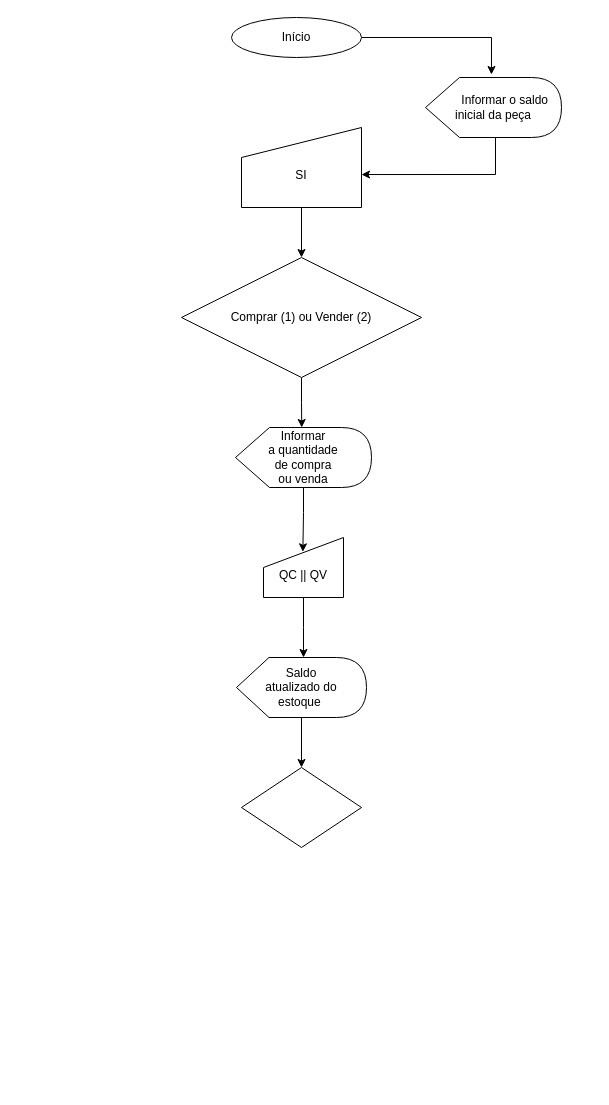
This is 06 - Lógica de programação/04a - Atividade 1 - Desenvolvimento de algoritmo para um sistema de controle de estoque de peças/Fluxograma  para um sistema de controle de estoque de peças.drawio from renato-wessmer/SENAI-Front-End, a draw.io file, before an edit. Source tidied: cells renumbered, new cells numbered last; positions are measured from the earlier drawing's top-left corner, leaving out a move shared by most shapes. Both pictures are drawn from the tidied source at 100%, with x=0, y=0 at pixel (181, 17).
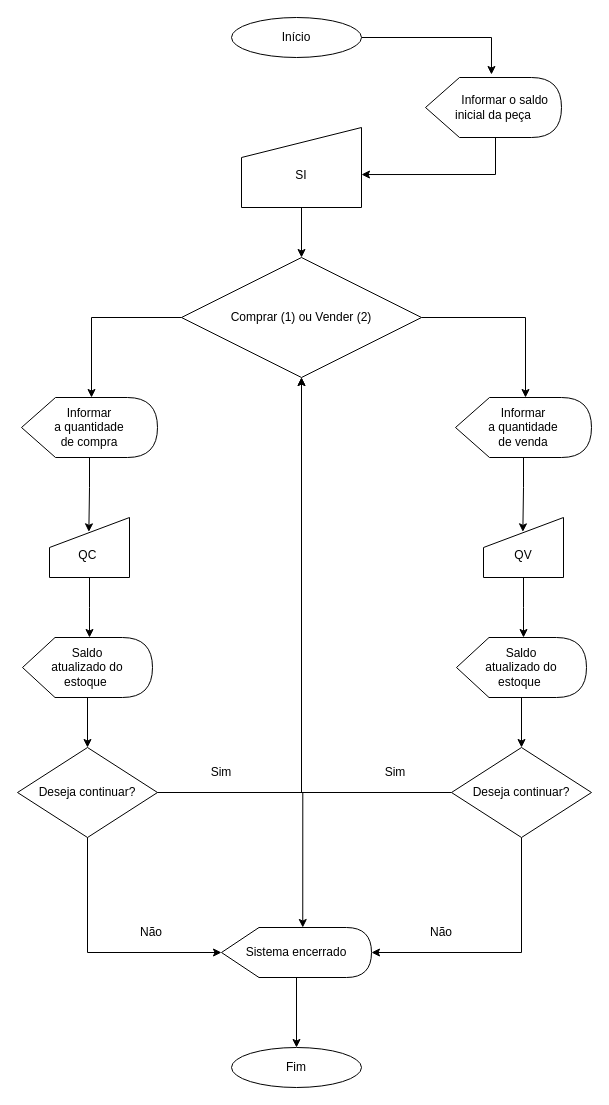
The same page after the edit.

Unchanged cells that the change refers to:
```xml
<mxCell id="9" value="Comprar (1) ou Vender (2)" style="rhombus;whiteSpace=wrap;html=1;" parent="1" vertex="1">
  <mxGeometry y="240" width="240" height="120" as="geometry" />
</mxCell>
```

Diff of the diagram source:
```diff
@@
+    <mxCell id="17" style="edgeStyle=orthogonalEdgeStyle;rounded=0;jettySize=auto;html=1;entryX=0;entryY=0;entryDx=70;entryDy=0;entryPerimeter=0;" parent="1" edge="1" source="9" target="23">
+      <mxGeometry relative="1" as="geometry" />
+    </mxCell>
-    <mxCell id="8" style="edgeStyle=orthogonalEdgeStyle;rounded=0;jettySize=auto;html=1;entryX=0;entryY=0;entryDx=66.25;entryDy=0;entryPerimeter=0;" parent="1" edge="1" source="9" target="13">
+    <mxCell id="8" style="edgeStyle=orthogonalEdgeStyle;rounded=0;jettySize=auto;html=1;entryX=0;entryY=0;entryDx=70;entryDy=0;entryPerimeter=0;" parent="1" edge="1" source="9" target="13">
       <mxGeometry relative="1" as="geometry" />
     </mxCell>
@@
     <mxCell id="11" value="Saldo&lt;br&gt;atualizado do &lt;br&gt;estoque&amp;nbsp;" style="shape=display;whiteSpace=wrap;html=1;" parent="1" vertex="1">
-      <mxGeometry x="55" y="640" width="130" height="60" as="geometry" />
+      <mxGeometry x="-159" y="620" width="130" height="60" as="geometry" />
     </mxCell>
@@
-    <mxCell id="13" value="Informar&lt;br&gt;a quantidade&lt;br&gt;de compra&lt;br&gt;ou venda" style="shape=display;whiteSpace=wrap;html=1;" parent="1" vertex="1">
-      <mxGeometry x="54" y="410" width="136" height="60" as="geometry" />
+    <mxCell id="13" value="Informar&lt;br&gt;a quantidade&lt;br&gt;de compra" style="shape=display;whiteSpace=wrap;html=1;" parent="1" vertex="1">
+      <mxGeometry x="-160" y="380" width="136" height="60" as="geometry" />
     </mxCell>
     <mxCell id="14" style="edgeStyle=orthogonalEdgeStyle;rounded=0;jettySize=auto;html=1;entryX=0.5;entryY=0;entryDx=0;entryDy=0;" parent="1" edge="1" source="15">
       <mxGeometry relative="1" as="geometry">
-        <mxPoint x="122" y="640" as="targetPoint" />
+        <mxPoint x="-92" y="620" as="targetPoint" />
       </mxGeometry>
     </mxCell>
-    <mxCell id="15" value="&lt;br&gt;QC || QV" style="shape=manualInput;whiteSpace=wrap;html=1;" parent="1" vertex="1">
-      <mxGeometry x="82" y="520" width="80" height="60" as="geometry" />
+    <mxCell id="15" value="&lt;br&gt;QC&amp;nbsp;" style="shape=manualInput;whiteSpace=wrap;html=1;" parent="1" vertex="1">
+      <mxGeometry x="-132" y="500" width="80" height="60" as="geometry" />
     </mxCell>
+    <mxCell id="18" style="edgeStyle=orthogonalEdgeStyle;rounded=0;jettySize=auto;html=1;entryX=0.5;entryY=1;entryDx=0;entryDy=0;" parent="1" edge="1" source="16" target="9">
+      <mxGeometry relative="1" as="geometry" />
+    </mxCell>
+    <mxCell id="19" style="edgeStyle=orthogonalEdgeStyle;rounded=0;jettySize=auto;html=1;entryX=0;entryY=0;entryDx=81.25;entryDy=0;entryPerimeter=0;" parent="1" edge="1" source="16" target="33">
+      <mxGeometry relative="1" as="geometry" />
+    </mxCell>
-    <mxCell id="16" style="rhombus;whiteSpace=wrap;html=1;" parent="1" vertex="1">
-      <mxGeometry x="60" y="750" width="120" height="80" as="geometry" />
+    <mxCell id="16" value="Deseja continuar?" style="rhombus;whiteSpace=wrap;html=1;" parent="1" vertex="1">
+      <mxGeometry x="-164" y="730" width="140" height="90" as="geometry" />
     </mxCell>
+    <mxCell id="20" style="edgeStyle=orthogonalEdgeStyle;rounded=0;jettySize=auto;html=1;entryX=0.5;entryY=0;entryDx=0;entryDy=0;" parent="1" edge="1" source="21" target="29">
+      <mxGeometry relative="1" as="geometry" />
+    </mxCell>
+    <mxCell id="21" value="Saldo&lt;br&gt;atualizado do &lt;br&gt;estoque&amp;nbsp;" style="shape=display;whiteSpace=wrap;html=1;" parent="1" vertex="1">
+      <mxGeometry x="275" y="620" width="130" height="60" as="geometry" />
+    </mxCell>
+    <mxCell id="22" style="edgeStyle=orthogonalEdgeStyle;rounded=0;jettySize=auto;html=1;entryX=0.492;entryY=0.239;entryDx=0;entryDy=0;entryPerimeter=0;" parent="1" edge="1" source="23" target="25">
+      <mxGeometry relative="1" as="geometry" />
+    </mxCell>
+    <mxCell id="23" value="Informar&lt;br&gt;a quantidade &lt;br&gt;de&amp;nbsp;venda" style="shape=display;whiteSpace=wrap;html=1;" parent="1" vertex="1">
+      <mxGeometry x="274" y="380" width="136" height="60" as="geometry" />
+    </mxCell>
+    <mxCell id="24" style="edgeStyle=orthogonalEdgeStyle;rounded=0;jettySize=auto;html=1;entryX=0.5;entryY=0;entryDx=0;entryDy=0;" parent="1" edge="1" source="25">
+      <mxGeometry relative="1" as="geometry">
+        <mxPoint x="342" y="620" as="targetPoint" />
+      </mxGeometry>
+    </mxCell>
+    <mxCell id="25" value="&lt;br&gt;QV" style="shape=manualInput;whiteSpace=wrap;html=1;" parent="1" vertex="1">
+      <mxGeometry x="302" y="500" width="80" height="60" as="geometry" />
+    </mxCell>
+    <mxCell id="26" style="edgeStyle=orthogonalEdgeStyle;rounded=0;jettySize=auto;html=1;entryX=0.5;entryY=1;entryDx=0;entryDy=0;" parent="1" edge="1" source="29" target="9">
+      <mxGeometry relative="1" as="geometry" />
+    </mxCell>
+    <mxCell id="27" style="edgeStyle=orthogonalEdgeStyle;rounded=0;jettySize=auto;html=1;entryX=0;entryY=0.5;entryDx=0;entryDy=0;entryPerimeter=0;exitX=0.5;exitY=1;exitDx=0;exitDy=0;" parent="1" edge="1" source="16" target="33">
+      <mxGeometry relative="1" as="geometry">
+        <Array as="points">
+          <mxPoint x="-94" y="935" />
+        </Array>
+      </mxGeometry>
+    </mxCell>
+    <mxCell id="28" style="edgeStyle=orthogonalEdgeStyle;rounded=0;jettySize=auto;html=1;entryX=1;entryY=0.5;entryDx=0;entryDy=0;entryPerimeter=0;exitX=0.5;exitY=1;exitDx=0;exitDy=0;" parent="1" edge="1" source="29" target="33">
+      <mxGeometry relative="1" as="geometry">
+        <Array as="points">
+          <mxPoint x="340" y="935" />
+        </Array>
+      </mxGeometry>
+    </mxCell>
+    <mxCell id="29" value="Deseja continuar?" style="rhombus;whiteSpace=wrap;html=1;" parent="1" vertex="1">
+      <mxGeometry x="270" y="730" width="140" height="90" as="geometry" />
+    </mxCell>
+    <mxCell id="30" value="Sim" style="text;strokeColor=none;align=center;fillColor=none;html=1;verticalAlign=middle;whiteSpace=wrap;rounded=0;" parent="1" vertex="1">
+      <mxGeometry x="10" y="740" width="60" height="30" as="geometry" />
+    </mxCell>
+    <mxCell id="31" value="Sim" style="text;strokeColor=none;align=center;fillColor=none;html=1;verticalAlign=middle;whiteSpace=wrap;rounded=0;" parent="1" vertex="1">
+      <mxGeometry x="184" y="740" width="60" height="30" as="geometry" />
+    </mxCell>
+    <mxCell id="32" style="edgeStyle=orthogonalEdgeStyle;rounded=0;jettySize=auto;html=1;" parent="1" edge="1" source="33" target="34">
+      <mxGeometry relative="1" as="geometry" />
+    </mxCell>
+    <mxCell id="33" value="Sistema encerrado" style="shape=display;whiteSpace=wrap;html=1;" parent="1" vertex="1">
+      <mxGeometry x="40" y="910" width="150" height="50" as="geometry" />
+    </mxCell>
+    <mxCell id="34" value="Fim" style="ellipse;whiteSpace=wrap;html=1;" parent="1" vertex="1">
+      <mxGeometry x="50" y="1030" width="130" height="40" as="geometry" />
+    </mxCell>
+    <mxCell id="35" value="Não" style="text;strokeColor=none;align=center;fillColor=none;html=1;verticalAlign=middle;whiteSpace=wrap;rounded=0;" parent="1" vertex="1">
+      <mxGeometry x="-60" y="900" width="60" height="30" as="geometry" />
+    </mxCell>
+    <mxCell id="36" value="Não" style="text;strokeColor=none;align=center;fillColor=none;html=1;verticalAlign=middle;whiteSpace=wrap;rounded=0;" parent="1" vertex="1">
+      <mxGeometry x="230" y="900" width="60" height="30" as="geometry" />
+    </mxCell>
```
